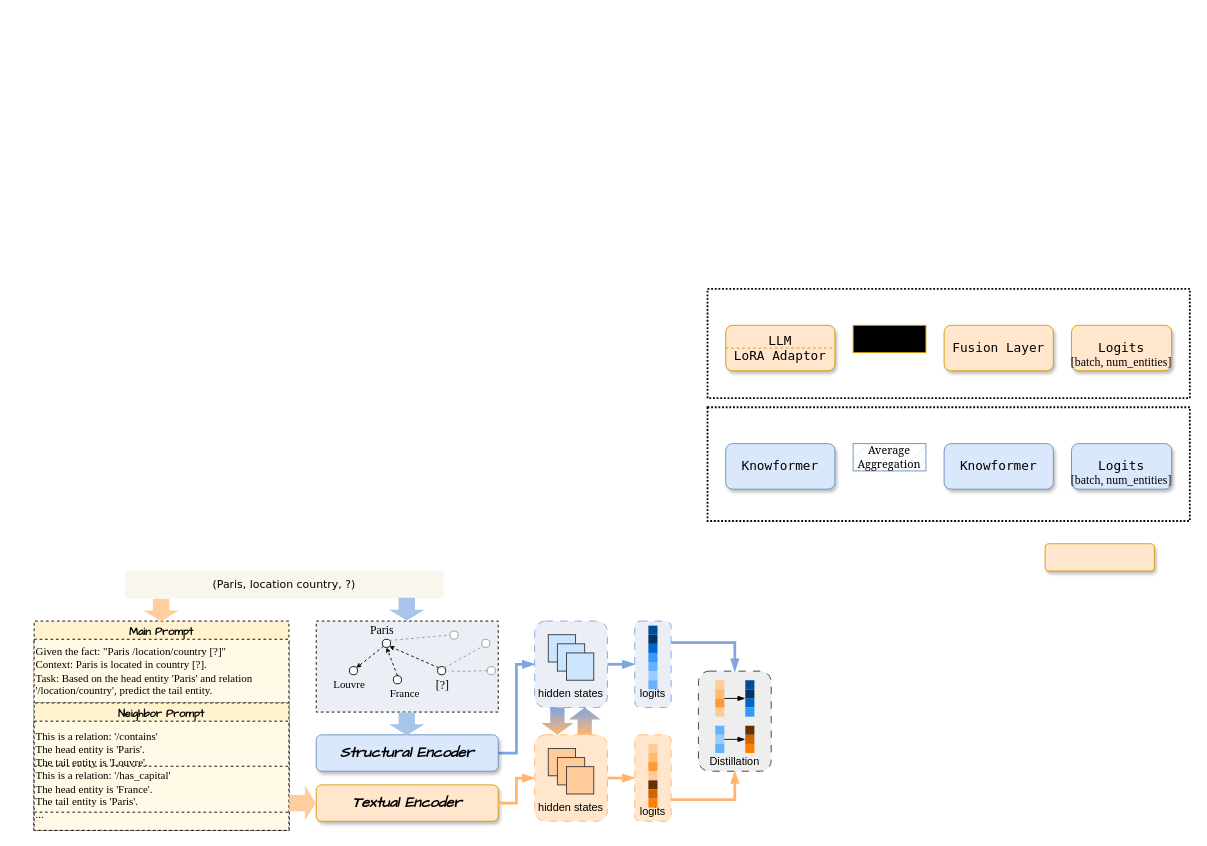
This is page "第 4 页" (4 of 5) of 未命名绘图.drawio from Ttu-stack/BIDIS, a draw.io file, before an edit. Source tidied: cells renumbered, new cells numbered last; positions are measured from the earlier drawing's top-left corner, leaving out a move shared by most shapes. Both pictures are drawn from the tidied source at 91%, with x=0, y=0 at pixel (34, 288).
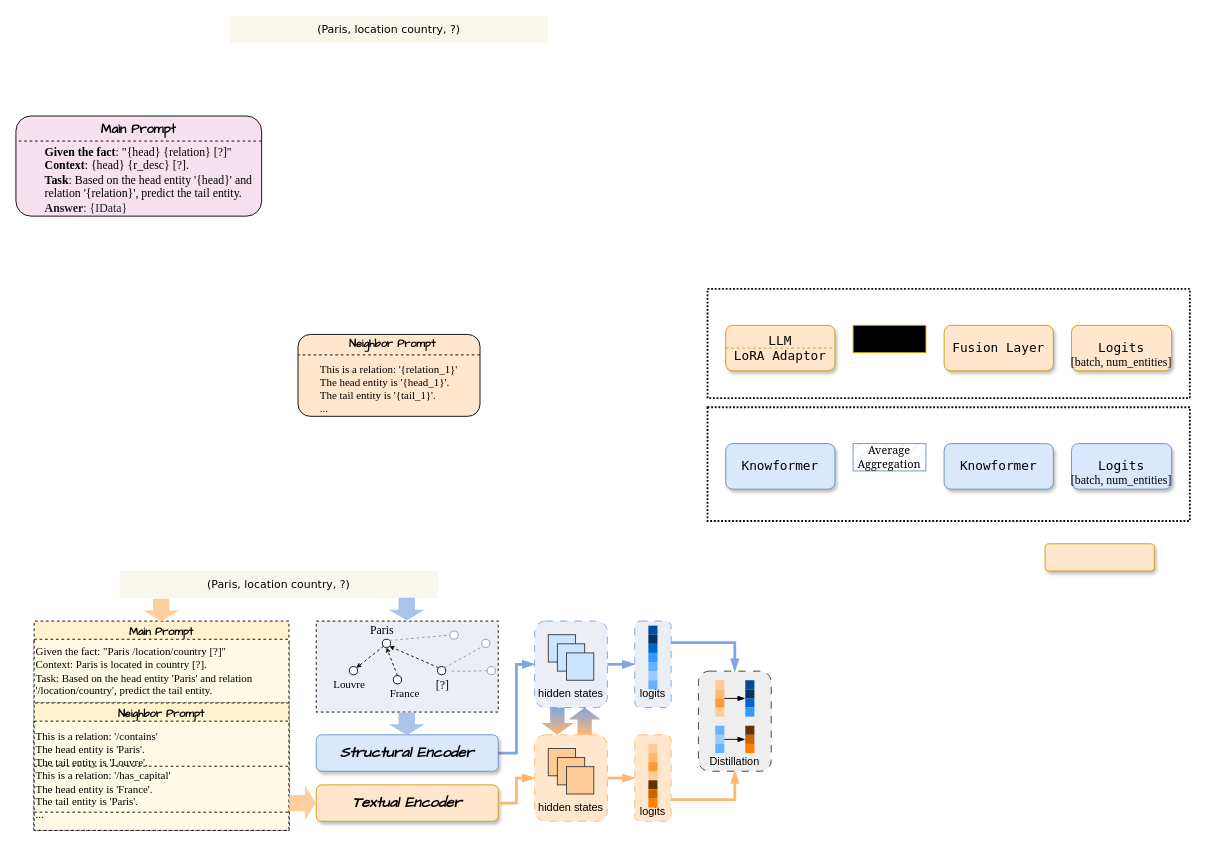
The same diagram, later.

Diff of the diagram source:
```diff
@@
     <mxCell id="48" value="&lt;font face=&quot;Verdana&quot;&gt;(Paris, location country, ?)&lt;/font&gt;" style="text;html=1;whiteSpace=wrap;fillColor=#f9f7ed;align=center;verticalAlign=middle;rounded=0;strokeColor=none;" parent="1" vertex="1">
-      <mxGeometry x="100" y="310" width="350" height="30" as="geometry" />
+      <mxGeometry x="94" y="310" width="350" height="30" as="geometry" />
     </mxCell>
@@
+    <mxCell id="116" style="group;" parent="1" vertex="1">
+      <mxGeometry x="-20" y="-190" width="270" height="110" as="geometry" />
+    </mxCell>
+    <mxCell id="117" value="&lt;div style=&quot;text-align: left;&quot;&gt;&lt;br&gt;&lt;/div&gt;" style="rounded=1;whiteSpace=wrap;html=1;fillColor=#F7E1EE;strokeColor=#000000;" parent="116" vertex="1">
+      <mxGeometry width="270" height="110" as="geometry" />
+    </mxCell>
+    <mxCell id="118" value="&lt;div style=&quot;&quot;&gt;&lt;font face=&quot;Garamond&quot; style=&quot;font-size: 13px;&quot;&gt;&lt;b style=&quot;&quot;&gt;Given the fact&lt;/b&gt;: &quot;{head} {relation} [?]&quot;&lt;/font&gt;&lt;/div&gt;&lt;div style=&quot;&quot;&gt;&lt;div&gt;&lt;font face=&quot;Garamond&quot; style=&quot;font-size: 13px;&quot;&gt;&lt;b&gt;Context&lt;/b&gt;: {head} {r_desc} [?].&lt;/font&gt;&lt;/div&gt;&lt;div&gt;&lt;font face=&quot;Garamond&quot; style=&quot;font-size: 13px;&quot;&gt;&lt;b&gt;Task&lt;/b&gt;: Based on the head entity '{head}' and relation '{relation}',&amp;nbsp;&lt;span style=&quot;background-color: transparent; color: light-dark(rgb(0, 0, 0), rgb(255, 255, 255));&quot;&gt;predict the tail entity.&lt;/span&gt;&lt;/font&gt;&lt;/div&gt;&lt;div&gt;&lt;font face=&quot;Garamond&quot; style=&quot;font-size: 13px;&quot;&gt;&lt;span style=&quot;text-indent: 0pt; background-color: transparent; color: rgb(31, 35, 41);&quot;&gt;&lt;b&gt;Answer&lt;/b&gt;: {&lt;/span&gt;&lt;span style=&quot;text-indent: 0pt; background-color: transparent; color: rgb(31, 35, 41);&quot;&gt;IData}&lt;/span&gt;&lt;/font&gt;&lt;/div&gt;&lt;/div&gt;" style="text;html=1;whiteSpace=wrap;strokeColor=none;fillColor=none;align=left;verticalAlign=middle;rounded=0;" parent="116" vertex="1">
+      <mxGeometry x="30" y="30" width="240" height="80" as="geometry" />
+    </mxCell>
+    <mxCell id="119" value="&lt;span style=&quot;font-family: &amp;quot;Comic Sans MS&amp;quot;; font-weight: 700;&quot;&gt;&lt;font style=&quot;font-size: 14px;&quot;&gt;Main Prompt&lt;/font&gt;&lt;/span&gt;" style="text;html=1;whiteSpace=wrap;strokeColor=none;fillColor=none;align=center;verticalAlign=middle;rounded=0;" parent="116" vertex="1">
+      <mxGeometry x="90" width="90" height="30" as="geometry" />
+    </mxCell>
+    <mxCell id="120" style="endArrow=none;dashed=1;html=1;strokeWidth=1;rounded=0;entryX=0;entryY=0.25;entryDx=0;entryDy=0;exitX=1;exitY=0.25;exitDx=0;exitDy=0;fillColor=#F7E1EE;" parent="116" edge="1" source="117" target="117">
+      <mxGeometry relative="1" as="geometry" />
+    </mxCell>
+    <mxCell id="121" value="&lt;font face=&quot;Verdana&quot;&gt;(Paris, location country, ?)&lt;/font&gt;" style="text;html=1;whiteSpace=wrap;fillColor=#f9f7ed;align=center;verticalAlign=middle;rounded=0;strokeColor=none;" parent="1" vertex="1">
+      <mxGeometry x="215" y="-300" width="350" height="30" as="geometry" />
+    </mxCell>
+    <mxCell id="122" style="group;" parent="1" vertex="1">
+      <mxGeometry x="290" y="50" width="200" height="90" as="geometry" />
+    </mxCell>
+    <mxCell id="123" value="&lt;div style=&quot;text-align: left;&quot;&gt;&lt;br&gt;&lt;/div&gt;" style="rounded=1;whiteSpace=wrap;html=1;fillColor=#FFE6CC;" parent="122" vertex="1">
+      <mxGeometry width="200" height="90" as="geometry" />
+    </mxCell>
+    <mxCell id="124" value="&lt;div style=&quot;text-align: left;&quot;&gt;&lt;font face=&quot;Garamond&quot;&gt;This is a relation: '{relation_1}'&lt;/font&gt;&lt;/div&gt;&lt;div style=&quot;text-align: left;&quot;&gt;&lt;font face=&quot;Garamond&quot;&gt;The head entity is '{head_1}'.&lt;/font&gt;&lt;/div&gt;&lt;div style=&quot;text-align: left;&quot;&gt;&lt;font face=&quot;Garamond&quot;&gt;The tail entity is '&lt;/font&gt;&lt;span style=&quot;background-color: transparent;&quot;&gt;&lt;font face=&quot;Garamond&quot;&gt;{tail_1}'.&lt;/font&gt;&lt;/span&gt;&lt;/div&gt;&lt;div style=&quot;text-align: left;&quot;&gt;&lt;span style=&quot;background-color: transparent;&quot;&gt;&lt;font face=&quot;Garamond&quot;&gt;...&lt;/font&gt;&lt;/span&gt;&lt;/div&gt;" style="text;html=1;whiteSpace=wrap;strokeColor=none;fillColor=none;align=center;verticalAlign=middle;rounded=0;" parent="122" vertex="1">
+      <mxGeometry x="5" y="30" width="190" height="60" as="geometry" />
+    </mxCell>
+    <mxCell id="125" value="&lt;span style=&quot;font-family: &amp;quot;Comic Sans MS&amp;quot;; font-weight: 700;&quot;&gt;Neighbor Prompt&lt;/span&gt;" style="text;html=1;whiteSpace=wrap;strokeColor=none;fillColor=none;align=center;verticalAlign=middle;rounded=0;" parent="122" vertex="1">
+      <mxGeometry x="54" width="100" height="20" as="geometry" />
+    </mxCell>
+    <mxCell id="126" style="endArrow=none;dashed=1;html=1;strokeWidth=1;rounded=0;entryX=0;entryY=0.25;entryDx=0;entryDy=0;exitX=1;exitY=0.25;exitDx=0;exitDy=0;fillColor=#F7E1EE;" parent="122" edge="1" source="123" target="123">
+      <mxGeometry relative="1" as="geometry" />
+    </mxCell>
```
